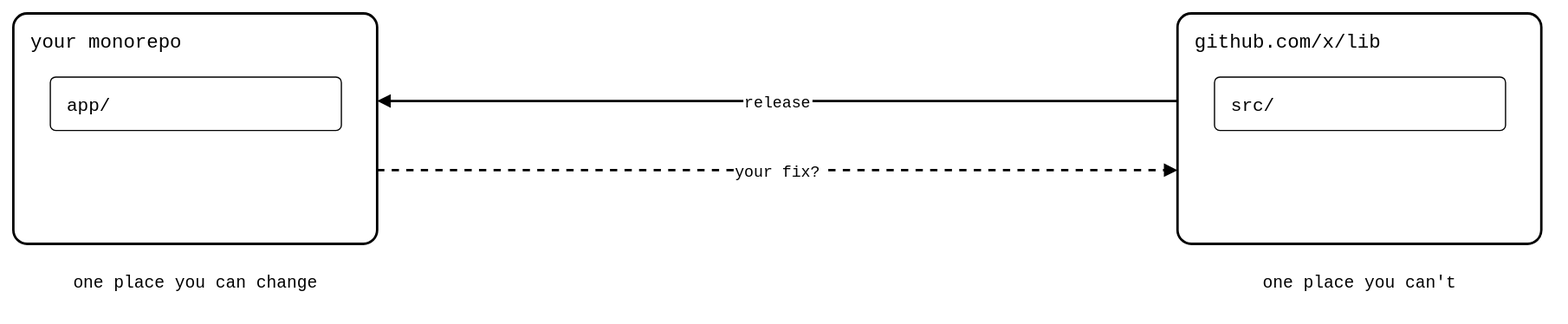
The draw.io diagram docs/images/readme-problem.drawio.svg in roschaefer/git-splice, before a commit. Source tidied: cells renumbered, new cells last; positions are measured from the earlier drawing's top-left corner, leaving out a move shared by most shapes. The source it was exported from:
```xml
<mxGraphModel background="#ffffff">
  <root>
    <mxCell id="0" />
    <mxCell id="1" parent="0" />
    <mxCell id="2" value="your monorepo" style="rounded=1;arcSize=6;fillColor=none;strokeWidth=2;fontSize=16;verticalAlign=top;align=left;spacingLeft=12;spacingTop=6;fontFamily=Roboto Mono,monospace;" parent="1" vertex="1">
      <mxGeometry width="300" height="190" as="geometry" />
    </mxCell>
    <mxCell id="3" value="app/" style="rounded=1;arcSize=10;fillColor=none;strokeWidth=1;fontSize=15;align=left;spacingLeft=12;fontFamily=Roboto Mono,monospace;" parent="1" vertex="1">
      <mxGeometry x="30" y="52" width="240" height="44" as="geometry" />
    </mxCell>
    <mxCell id="4" value="github.com/x/lib" style="rounded=1;arcSize=6;fillColor=none;strokeWidth=2;fontSize=16;verticalAlign=top;align=left;spacingLeft=12;spacingTop=6;fontFamily=Roboto Mono,monospace;" parent="1" vertex="1">
      <mxGeometry x="960" width="300" height="190" as="geometry" />
    </mxCell>
    <mxCell id="5" value="src/" style="rounded=1;arcSize=10;fillColor=none;strokeWidth=1;fontSize=15;align=left;spacingLeft=12;fontFamily=Roboto Mono,monospace;" parent="1" vertex="1">
      <mxGeometry x="990" y="52" width="240" height="44" as="geometry" />
    </mxCell>
    <mxCell id="6" value="release" style="endArrow=block;endFill=1;strokeWidth=2;fontSize=13;labelBackgroundColor=default;exitX=0;exitY=0.38;entryX=1;entryY=0.38;fontFamily=Roboto Mono,monospace;" parent="1" edge="1" source="4" target="2">
      <mxGeometry relative="1" as="geometry" />
    </mxCell>
    <mxCell id="7" value="your fix?" style="endArrow=block;endFill=1;strokeWidth=2;fontSize=13;labelBackgroundColor=default;exitX=1;exitY=0.68;entryX=0;entryY=0.68;dashed=1;fontFamily=Roboto Mono,monospace;" parent="1" edge="1" source="2" target="4">
      <mxGeometry relative="1" as="geometry" />
    </mxCell>
    <mxCell id="8" value="one place you can change" style="text;fontSize=14;align=center;verticalAlign=middle;fillColor=none;strokeColor=none;fontFamily=Roboto Mono,monospace;" parent="1" vertex="1">
      <mxGeometry y="205" width="300" height="30" as="geometry" />
    </mxCell>
    <mxCell id="9" value="one place you can't" style="text;fontSize=14;align=center;verticalAlign=middle;fillColor=none;strokeColor=none;fontFamily=Roboto Mono,monospace;" parent="1" vertex="1">
      <mxGeometry x="960" y="205" width="300" height="30" as="geometry" />
    </mxCell>
  </root>
</mxGraphModel>
```
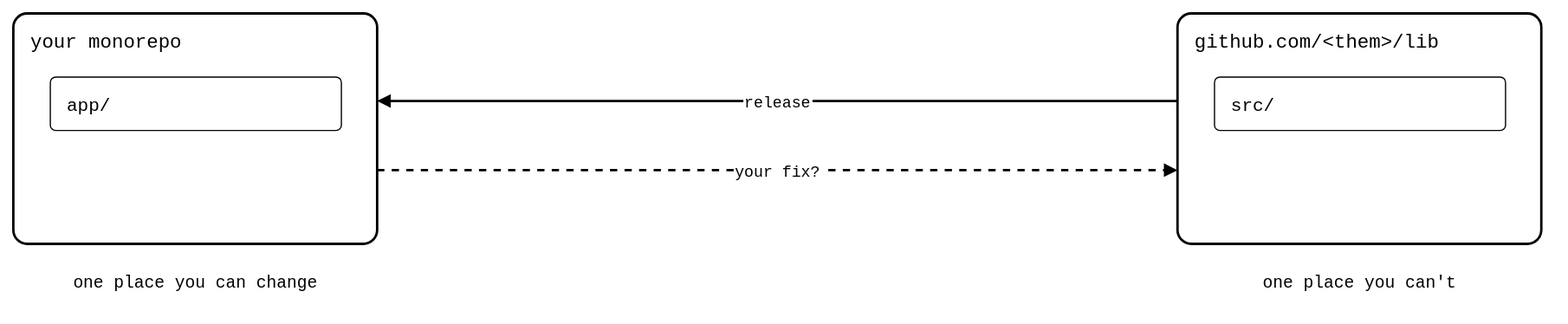
The same file after the commit.

The edit, as a diff of the source:
```diff
@@ -8,7 +8,7 @@
     <mxCell id="3" value="app/" style="rounded=1;arcSize=10;fillColor=none;strokeWidth=1;fontSize=15;align=left;spacingLeft=12;fontFamily=Roboto Mono,monospace;" parent="1" vertex="1">
       <mxGeometry x="30" y="52" width="240" height="44" as="geometry" />
     </mxCell>
-    <mxCell id="4" value="github.com/x/lib" style="rounded=1;arcSize=6;fillColor=none;strokeWidth=2;fontSize=16;verticalAlign=top;align=left;spacingLeft=12;spacingTop=6;fontFamily=Roboto Mono,monospace;" parent="1" vertex="1">
+    <mxCell id="4" value="github.com/&lt;them&gt;/lib" style="rounded=1;arcSize=6;fillColor=none;strokeWidth=2;fontSize=16;verticalAlign=top;align=left;spacingLeft=12;spacingTop=6;fontFamily=Roboto Mono,monospace;" parent="1" vertex="1">
       <mxGeometry x="960" width="300" height="190" as="geometry" />
     </mxCell>
     <mxCell id="5" value="src/" style="rounded=1;arcSize=10;fillColor=none;strokeWidth=1;fontSize=15;align=left;spacingLeft=12;fontFamily=Roboto Mono,monospace;" parent="1" vertex="1">
```
